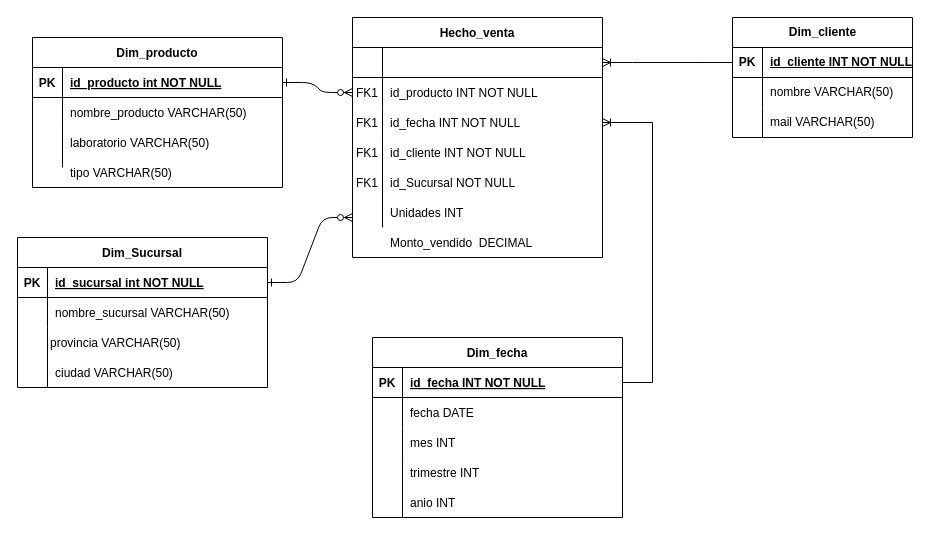
The draw.io diagram 2.actividad-modeladoDW/FarmaciasStar.drawio in Juanjerezz/ciencia-de-datos, before the edit. Source tidied: cells renumbered, new cells numbered last; positions are measured from the earlier drawing's top-left corner, leaving out a move shared by most shapes. Both pictures are drawn from the tidied source at 100%, with x=0, y=0 at pixel (17, 17).
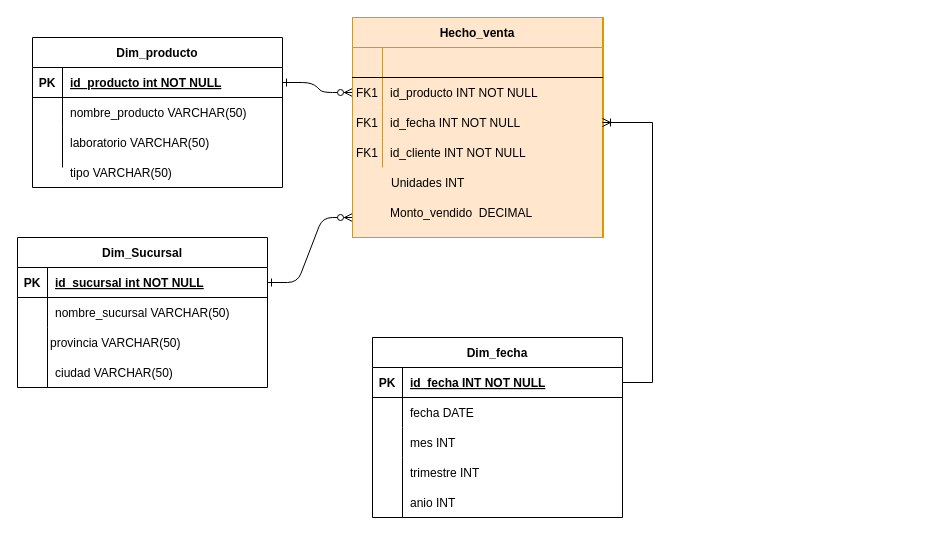
After the change.

Unchanged cells that the change refers to:
```xml
<mxCell id="20" style="shape=partialRectangle;fillColor=none;points=[[0,0.5],[1,0.5]];portConstraint=eastwest;top=0;left=0;right=0;bottom=1;" parent="19" vertex="1">
  <mxGeometry y="30" width="250" height="30" as="geometry" />
</mxCell>
```

The edit, as a diff of the source:
```diff
@@
-    <mxCell id="18" style="group;" parent="1" vertex="1">
-      <mxGeometry x="335" width="251" height="210" as="geometry" />
+    <mxCell id="18" style="group;fillColor=#ffe6cc;strokeColor=#d79b00;" parent="1" vertex="1">
+      <mxGeometry x="335" width="251" height="220" as="geometry" />
     </mxCell>
-    <mxCell id="19" value="Hecho_venta" style="shape=table;startSize=30;childLayout=tableLayout;rowLines=0;fontStyle=1;align=center;" parent="18" vertex="1">
-      <mxGeometry width="250" height="240" as="geometry" />
+    <mxCell id="19" value="Hecho_venta" style="shape=table;startSize=30;childLayout=tableLayout;rowLines=0;fontStyle=1;align=center;fillColor=#ffe6cc;strokeColor=#d79b00;" parent="18" vertex="1">
+      <mxGeometry width="250" height="220" as="geometry" />
     </mxCell>
@@
-    <mxCell id="33" value="id_Sucursal NOT NULL" style="shape=partialRectangle;overflow=hidden;fillColor=none;top=0;left=0;bottom=0;right=0;align=left;spacingLeft=6;" parent="18" vertex="1">
-      <mxGeometry x="30" y="150" width="220" height="30" as="geometry" />
-    </mxCell>
@@
-    <mxCell id="35" value="FK1" style="shape=partialRectangle;overflow=hidden;fillColor=none;top=0;left=0;bottom=0;right=0;" parent="18" vertex="1">
-      <mxGeometry y="150" width="30" height="30" as="geometry" />
-    </mxCell>
     <mxCell id="36" value="Unidades INT" style="shape=partialRectangle;overflow=hidden;fillColor=none;top=0;left=0;bottom=0;right=0;align=left;spacingLeft=6;" parent="18" vertex="1">
-      <mxGeometry x="30" y="180" width="220" height="30" as="geometry" />
+      <mxGeometry x="31" y="150" width="220" height="30" as="geometry" />
     </mxCell>
+    <mxCell id="73" value="Monto_vendido  DECIMAL" style="shape=partialRectangle;overflow=hidden;fillColor=none;top=0;left=0;bottom=0;right=0;align=left;spacingLeft=6;" parent="18" vertex="1">
+      <mxGeometry x="30" y="180" width="220" height="30" as="geometry" />
+    </mxCell>
@@
-    <mxCell id="63" value="Dim_cliente" style="shape=table;startSize=30;childLayout=tableLayout;rowLines=0;fontStyle=1;align=center;html=1;" parent="1" vertex="1">
-      <mxGeometry x="715" width="180" height="120" as="geometry" />
-    </mxCell>
-    <mxCell id="64" style="shape=tableRow;horizontal=0;startSize=0;swimlaneHead=0;swimlaneBody=0;fillColor=none;points=[[0,0.5],[1,0.5]];portConstraint=eastwest;top=0;left=0;right=0;bottom=1;" parent="63" vertex="1">
-      <mxGeometry y="30" width="180" height="30" as="geometry" />
-    </mxCell>
-    <mxCell id="65" value="PK" style="shape=partialRectangle;fillColor=none;top=0;left=0;bottom=0;right=0;fontStyle=1;overflow=hidden;whiteSpace=wrap;html=1;" parent="64" vertex="1">
-      <mxGeometry width="30" height="30" as="geometry" />
-    </mxCell>
-    <mxCell id="66" value="id_cliente INT NOT NULL" style="shape=partialRectangle;fillColor=none;top=0;left=0;bottom=0;right=0;align=left;spacingLeft=6;fontStyle=5;overflow=hidden;whiteSpace=wrap;html=1;" parent="64" vertex="1">
-      <mxGeometry x="30" width="150" height="30" as="geometry" />
-    </mxCell>
-    <mxCell id="67" style="shape=tableRow;horizontal=0;startSize=0;swimlaneHead=0;swimlaneBody=0;fillColor=none;top=0;left=0;right=0;bottom=0;" parent="63" vertex="1">
-      <mxGeometry y="60" width="180" height="30" as="geometry" />
-    </mxCell>
-    <mxCell id="68" style="shape=partialRectangle;fillColor=none;top=0;left=0;bottom=0;right=0;overflow=hidden;whiteSpace=wrap;html=1;" parent="67" vertex="1">
-      <mxGeometry width="30" height="30" as="geometry" />
-    </mxCell>
-    <mxCell id="69" value="nombre VARCHAR(50)" style="shape=partialRectangle;fillColor=none;top=0;left=0;bottom=0;right=0;align=left;spacingLeft=6;overflow=hidden;whiteSpace=wrap;html=1;" parent="67" vertex="1">
-      <mxGeometry x="30" width="150" height="30" as="geometry" />
-    </mxCell>
-    <mxCell id="70" style="shape=tableRow;horizontal=0;startSize=0;swimlaneHead=0;swimlaneBody=0;fillColor=none;top=0;left=0;right=0;bottom=0;" parent="63" vertex="1">
-      <mxGeometry y="90" width="180" height="30" as="geometry" />
-    </mxCell>
-    <mxCell id="71" style="shape=partialRectangle;fillColor=none;top=0;left=0;bottom=0;right=0;overflow=hidden;whiteSpace=wrap;html=1;" parent="70" vertex="1">
-      <mxGeometry width="30" height="30" as="geometry" />
-    </mxCell>
-    <mxCell id="72" value="mail VARCHAR(50)" style="shape=partialRectangle;fillColor=none;top=0;left=0;bottom=0;right=0;align=left;spacingLeft=6;overflow=hidden;whiteSpace=wrap;html=1;" parent="70" vertex="1">
-      <mxGeometry x="30" width="150" height="30" as="geometry" />
-    </mxCell>
-    <mxCell id="73" value="Monto_vendido  DECIMAL" style="shape=partialRectangle;overflow=hidden;fillColor=none;top=0;left=0;bottom=0;right=0;align=left;spacingLeft=6;" parent="1" vertex="1">
-      <mxGeometry x="365" y="210" width="220" height="30" as="geometry" />
-    </mxCell>
-    <mxCell id="74" style="edgeStyle=entityRelationEdgeStyle;fontSize=12;html=1;endArrow=ERoneToMany;rounded=0;entryX=1;entryY=0.5;entryDx=0;entryDy=0;exitX=0;exitY=0.5;exitDx=0;exitDy=0;" parent="1" edge="1" source="64" target="20">
-      <mxGeometry relative="1" as="geometry" />
-    </mxCell>
```
